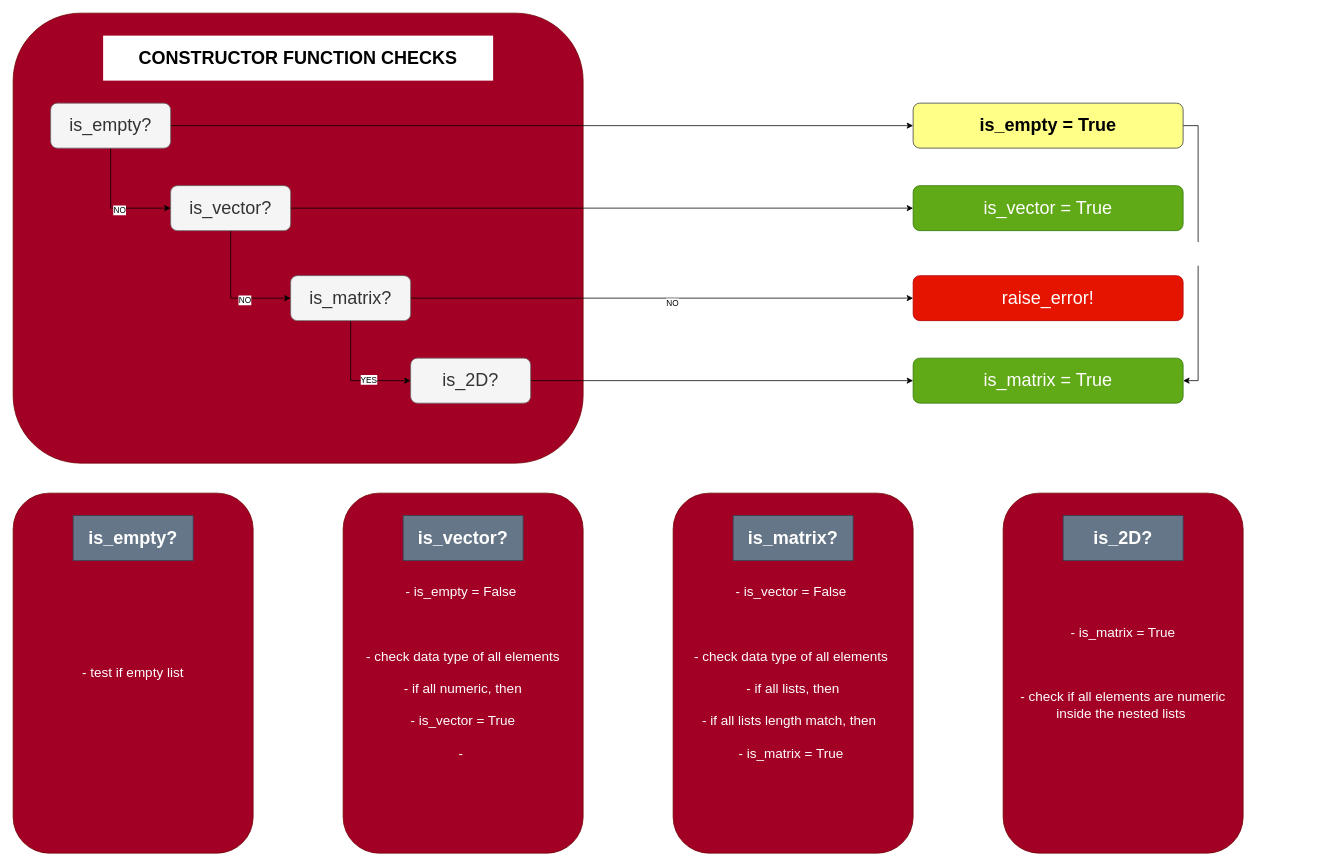
The draw.io diagram page "CONSTRUCTOR" (1 of 5) of la-lib.drawio in raghavendra-musubi/linear_algebra, before the edit. Source tidied: cells renumbered, new cells numbered last; positions are measured from the earlier drawing's top-left corner, leaving out a move shared by most shapes. Both pictures are drawn from the tidied source at 75%, with x=0, y=0 at pixel (13, 13).
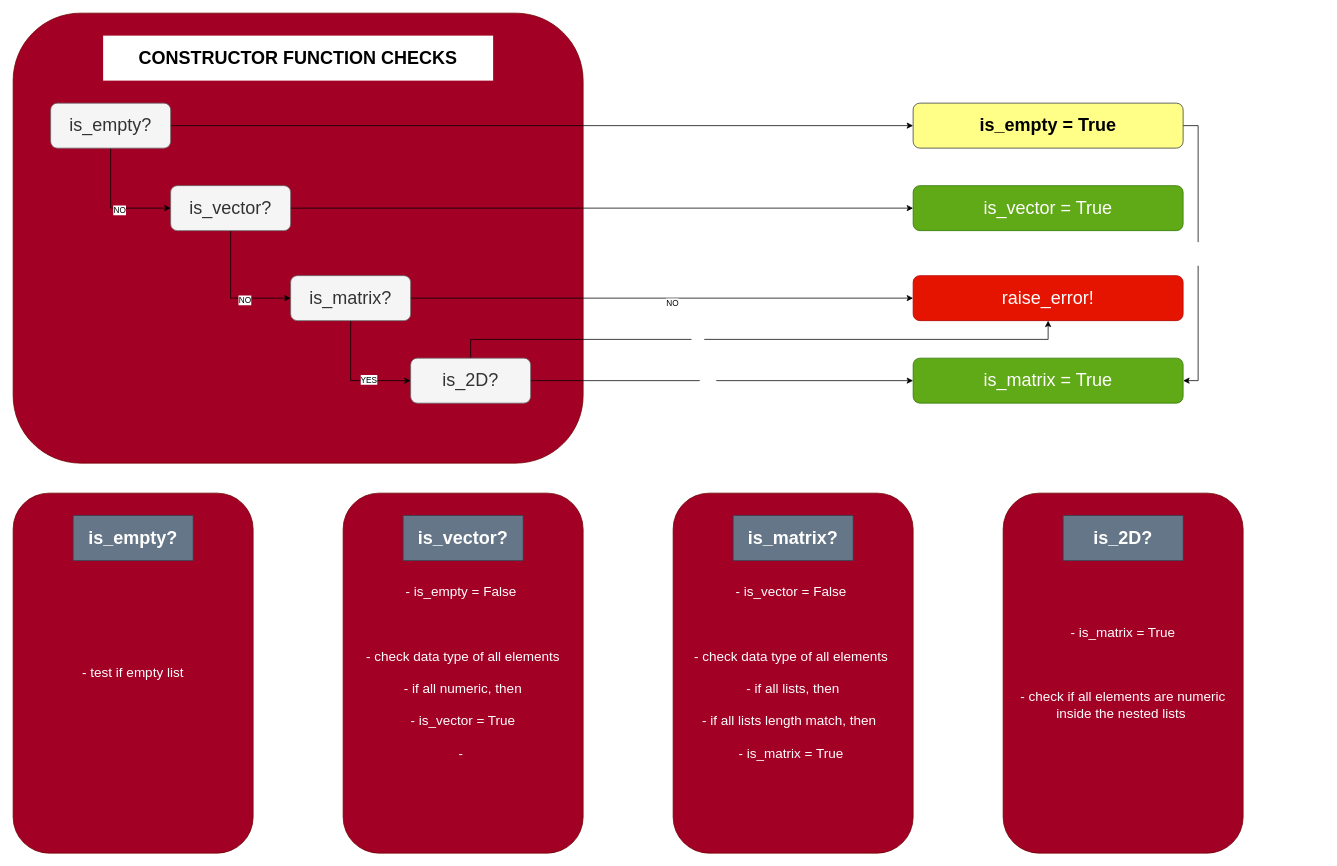
Above is the later version.

Unchanged cells that the change refers to:
```xml
<mxCell id="26" style="edgeStyle=orthogonalEdgeStyle;rounded=0;jettySize=auto;html=1;exitX=1;exitY=0.5;exitDx=0;exitDy=0;" parent="1" edge="1" source="27" target="36">
  <mxGeometry relative="1" as="geometry" />
</mxCell>
<mxCell id="27" value="&lt;font style=&quot;font-size: 24px&quot;&gt;is_2D?&lt;/font&gt;" style="rounded=1;whiteSpace=wrap;html=1;fillColor=#f5f5f5;strokeColor=#666666;fontColor=#333333;" parent="1" vertex="1">
  <mxGeometry x="530" y="460" width="160" height="60" as="geometry" />
</mxCell>
<mxCell id="35" value="&lt;font style=&quot;font-size: 24px&quot;&gt;raise_error!&lt;/font&gt;" style="rounded=1;whiteSpace=wrap;html=1;fillColor=#e51400;strokeColor=#B20000;fontColor=#ffffff;" parent="1" vertex="1">
  <mxGeometry x="1200" y="350" width="360" height="60" as="geometry" />
</mxCell>
```

What changed in the source:
```diff
@@
+    <mxCell id="37" value="YES" style="edgeLabel;html=1;align=center;verticalAlign=middle;fontColor=#FFFFFF;" parent="26" vertex="1">
+      <mxGeometry x="-0.08" relative="1" as="geometry" />
+    </mxCell>
+    <mxCell id="38" style="edgeStyle=orthogonalEdgeStyle;rounded=0;jettySize=auto;html=1;exitX=0.5;exitY=0;exitDx=0;exitDy=0;fontColor=#FFFFFF;" parent="1" edge="1" source="27" target="35">
+      <mxGeometry relative="1" as="geometry" />
+    </mxCell>
+    <mxCell id="39" value="NO" style="edgeLabel;html=1;align=center;verticalAlign=middle;fontColor=#FFFFFF;" parent="38" vertex="1">
+      <mxGeometry x="-0.2" y="4" relative="1" as="geometry">
+        <mxPoint x="-1" as="offset" />
+      </mxGeometry>
+    </mxCell>
```
